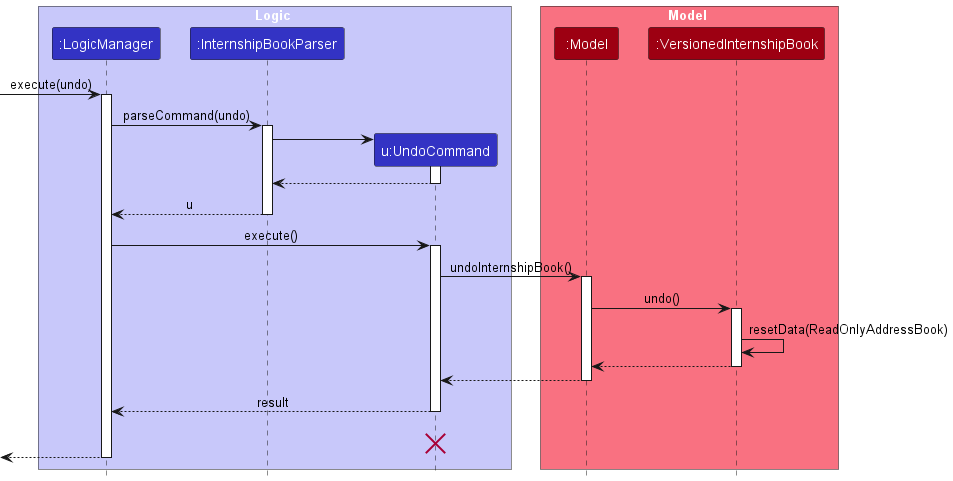
nus-cs2103-AY2223S2/tp keeps this PlantUML diagram as docs/images/UndoSequenceDiagram.png. Above is the earlier version. Its diagram source:
```plantuml
@startuml
!include style.puml

box Logic LOGIC_COLOR_T1
participant ":LogicManager" as LogicManager LOGIC_COLOR
participant ":InternshipBookParser" as InternshipBookParser LOGIC_COLOR
participant "u:UndoCommand" as UndoCommand LOGIC_COLOR
end box

box Model MODEL_COLOR_T1
participant ":Model" as Model MODEL_COLOR
participant ":VersionedInternshipBook" as VersionedInternshipBook MODEL_COLOR
end box
[-> LogicManager : execute(undo)
activate LogicManager

LogicManager -> InternshipBookParser : parseCommand(undo)
activate InternshipBookParser

create UndoCommand
InternshipBookParser -> UndoCommand
activate UndoCommand

UndoCommand --> InternshipBookParser
deactivate UndoCommand

InternshipBookParser --> LogicManager : u
deactivate InternshipBookParser

LogicManager -> UndoCommand : execute()
activate UndoCommand

UndoCommand -> Model : undoInternshipBook()
activate Model

Model -> VersionedInternshipBook : undo()
activate VersionedInternshipBook

VersionedInternshipBook -> VersionedInternshipBook :resetData(ReadOnlyAddressBook)
VersionedInternshipBook --> Model :
deactivate VersionedInternshipBook

Model --> UndoCommand
deactivate Model

UndoCommand --> LogicManager : result
deactivate UndoCommand
UndoCommand -[hidden]-> LogicManager : result
destroy UndoCommand

[<--LogicManager
deactivate LogicManager
@enduml
```
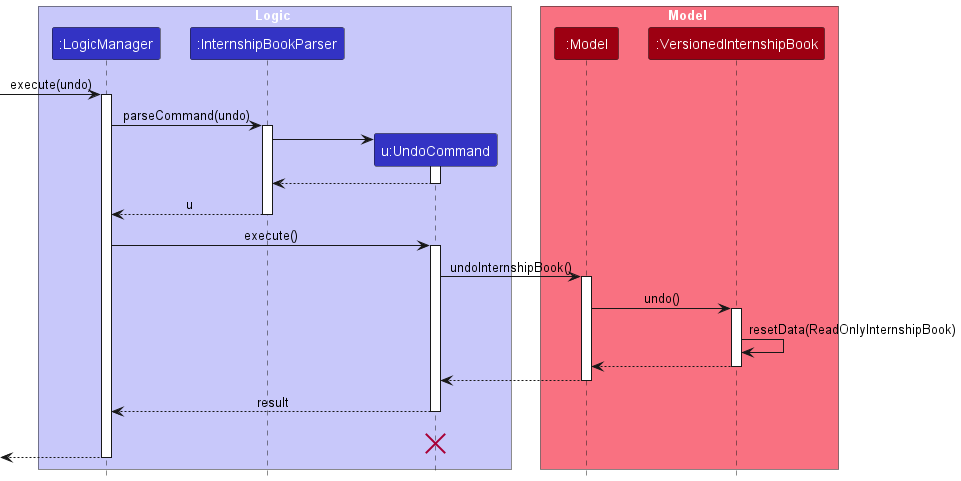
The same file after the commit.

The edit, as a diff of the source:
```diff
@@ -36,7 +36,7 @@
 Model -> VersionedInternshipBook : undo()
 activate VersionedInternshipBook
 
-VersionedInternshipBook -> VersionedInternshipBook :resetData(ReadOnlyAddressBook)
+VersionedInternshipBook -> VersionedInternshipBook :resetData(ReadOnlyInternshipBook)
 VersionedInternshipBook --> Model :
 deactivate VersionedInternshipBook
 
```
